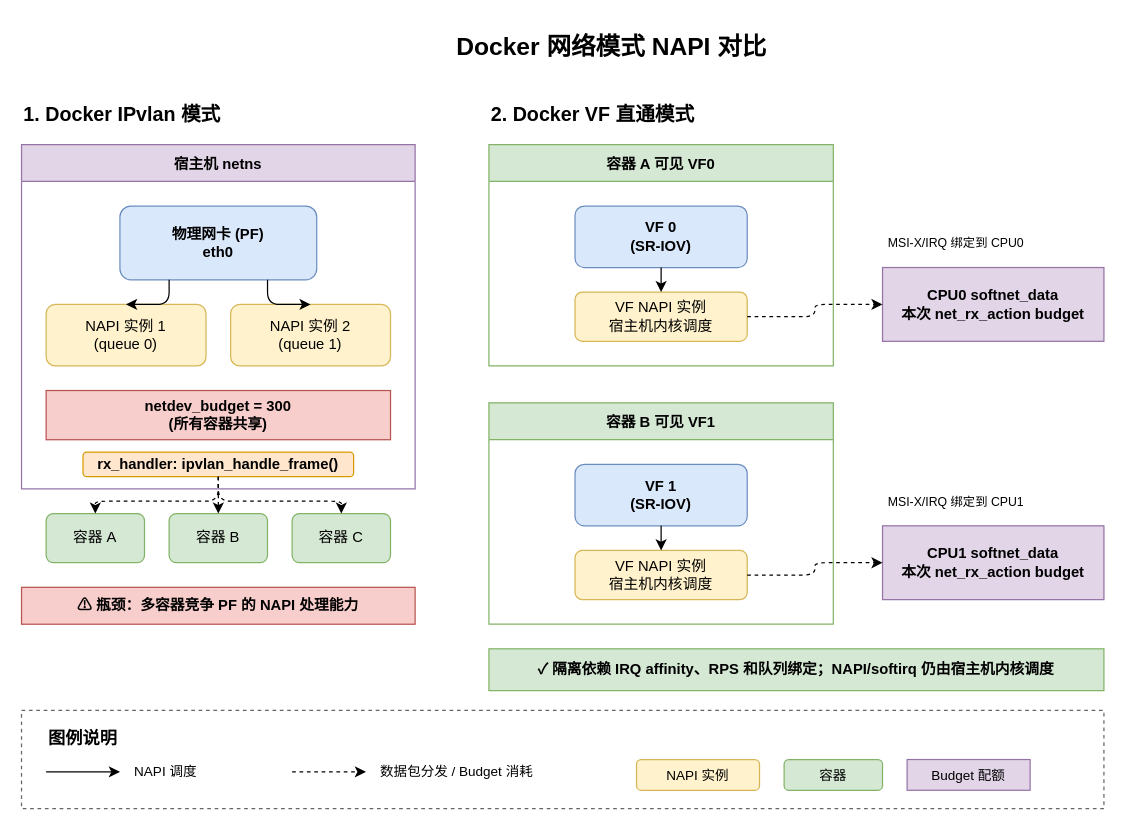
fsqHub/docker-sriov-plugin keeps this draw.io diagram as diagrams/napi-three-modes.drawio. Above is the earlier version. Source tidied: cells renumbered, new cells numbered last; positions are measured from the earlier drawing's top-left corner, leaving out a move shared by most shapes. Both pictures are drawn from the tidied source at 123%, with x=0, y=0 at pixel (21, 21).
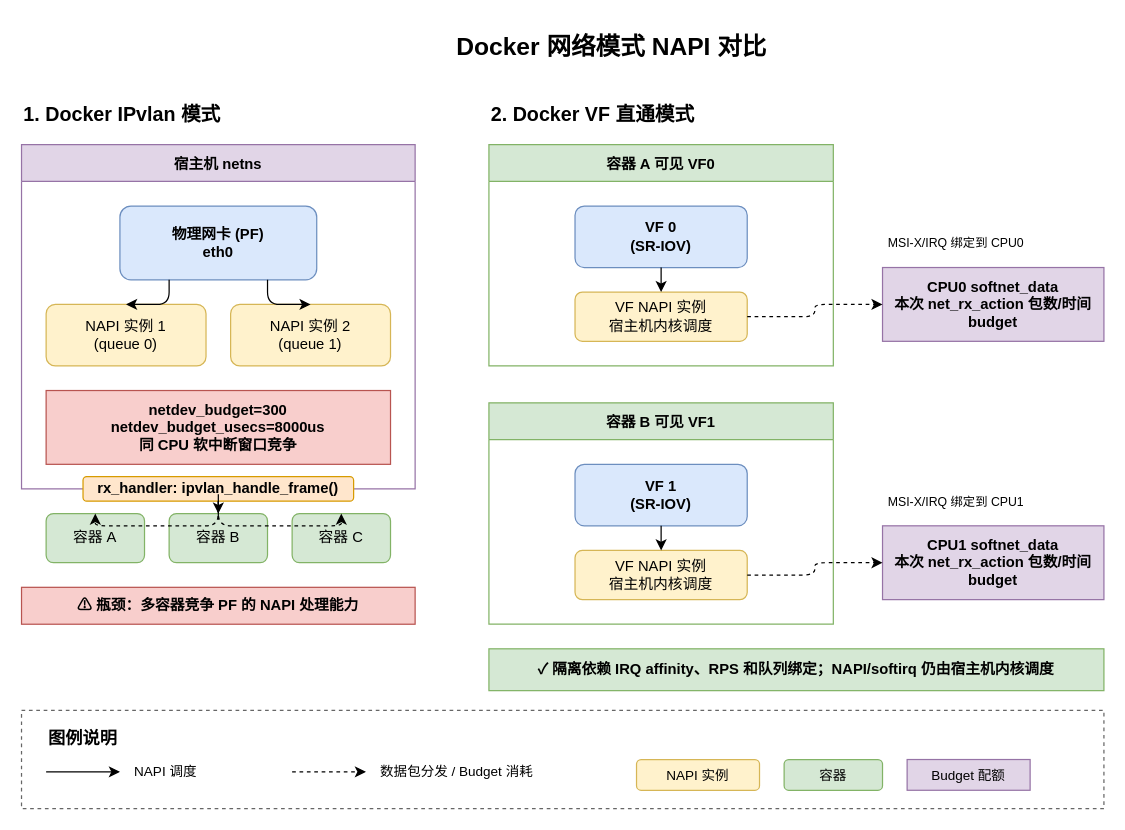
The same page after the edit.

The change refers to these unchanged cells:
```xml
<mxCell id="4" value="宿主机 netns" style="swimlane;startSize=30;fillColor=#e1d5e7;strokeColor=#9673a6;fontStyle=1;" parent="1" vertex="1">
  <mxGeometry y="100" width="320" height="280" as="geometry" />
</mxCell>
```

Change to the diagram source:
```diff
@@
-    <mxCell id="8" value="netdev_budget = 300&#10;(所有容器共享)" style="rounded=0;whiteSpace=wrap;html=1;fillColor=#f8cecc;strokeColor=#b85450;fontStyle=1;" parent="4" vertex="1">
-      <mxGeometry x="20" y="200" width="280" height="40" as="geometry" />
+    <mxCell id="8" value="netdev_budget=300&#10;netdev_budget_usecs=8000us&#10;同 CPU 软中断窗口竞争" style="rounded=0;whiteSpace=wrap;html=1;fillColor=#f8cecc;strokeColor=#b85450;fontStyle=1;" parent="4" vertex="1">
+      <mxGeometry x="20" y="200" width="280" height="60" as="geometry" />
     </mxCell>
     <mxCell id="9" value="rx_handler: ipvlan_handle_frame()" style="rounded=1;whiteSpace=wrap;html=1;fillColor=#ffe6cc;strokeColor=#d79b00;fontStyle=1;" parent="4" vertex="1">
-      <mxGeometry x="50" y="250" width="220" height="20" as="geometry" />
+      <mxGeometry x="50" y="270" width="220" height="20" as="geometry" />
     </mxCell>
@@
-    <mxCell id="25" value="CPU0 softnet_data&#10;本次 net_rx_action budget" style="rounded=0;whiteSpace=wrap;html=1;fillColor=#e1d5e7;strokeColor=#9673a6;fontStyle=1;" parent="1" vertex="1">
+    <mxCell id="25" value="CPU0 softnet_data&#10;本次 net_rx_action 包数/时间 budget" style="rounded=0;whiteSpace=wrap;html=1;fillColor=#e1d5e7;strokeColor=#9673a6;fontStyle=1;" parent="1" vertex="1">
       <mxGeometry x="700" y="200" width="180" height="60" as="geometry" />
     </mxCell>
@@
-    <mxCell id="32" value="CPU1 softnet_data&#10;本次 net_rx_action budget" style="rounded=0;whiteSpace=wrap;html=1;fillColor=#e1d5e7;strokeColor=#9673a6;fontStyle=1;" parent="1" vertex="1">
+    <mxCell id="32" value="CPU1 softnet_data&#10;本次 net_rx_action 包数/时间 budget" style="rounded=0;whiteSpace=wrap;html=1;fillColor=#e1d5e7;strokeColor=#9673a6;fontStyle=1;" parent="1" vertex="1">
       <mxGeometry x="700" y="410" width="180" height="60" as="geometry" />
     </mxCell>
```
